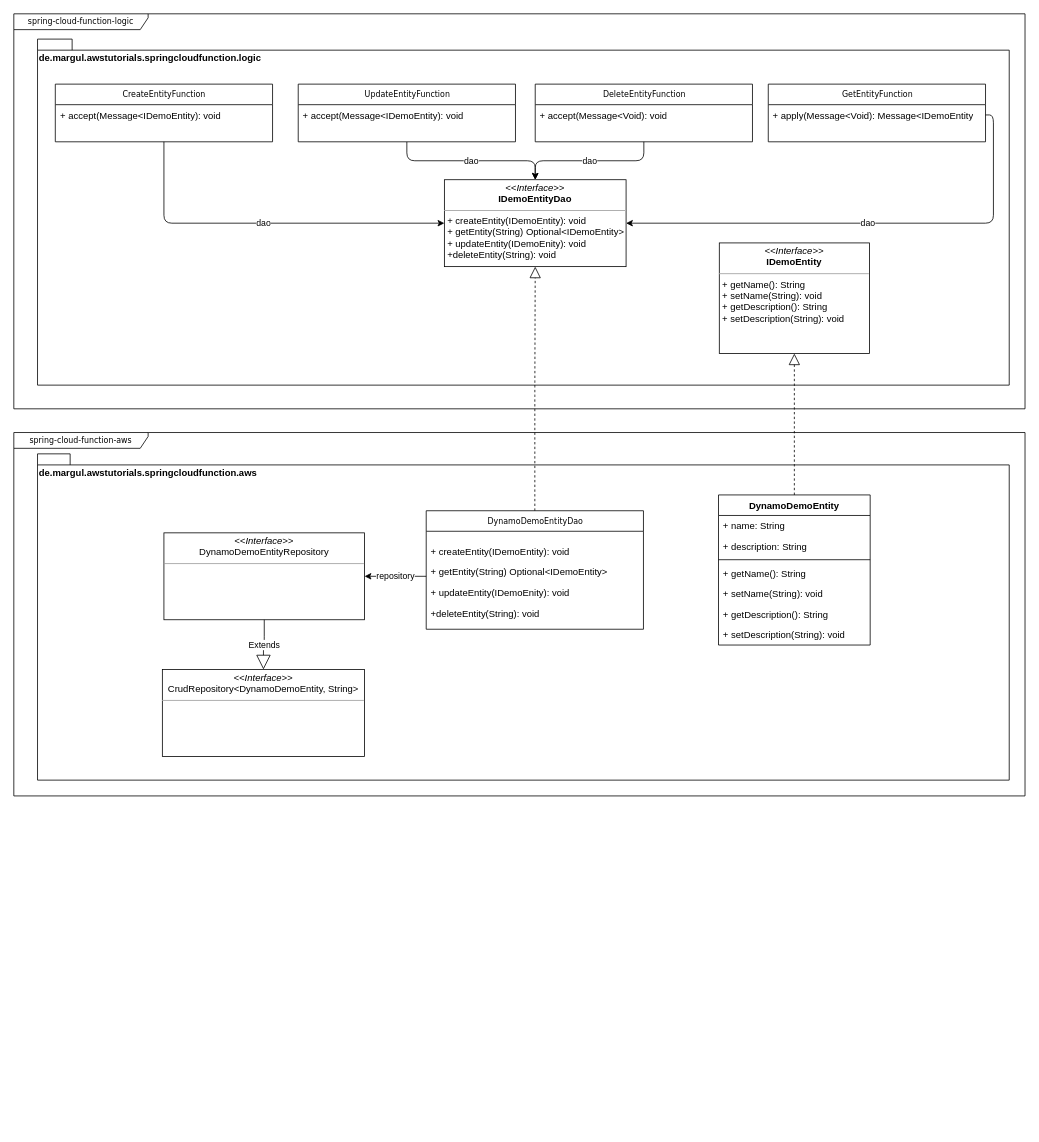
Earlier version of the draw.io diagram spring-cloud-function/spring-cloud-function-aws/src/doc/aws-classdiagram.drawio (MG-Cloud-Consultants/aws-tutorials). Source tidied: cells renumbered, new cells numbered last; positions are measured from the earlier drawing's top-left corner, leaving out a move shared by most shapes. Both pictures are drawn from the tidied source at 79%, with x=0, y=0 at pixel (13, 13).
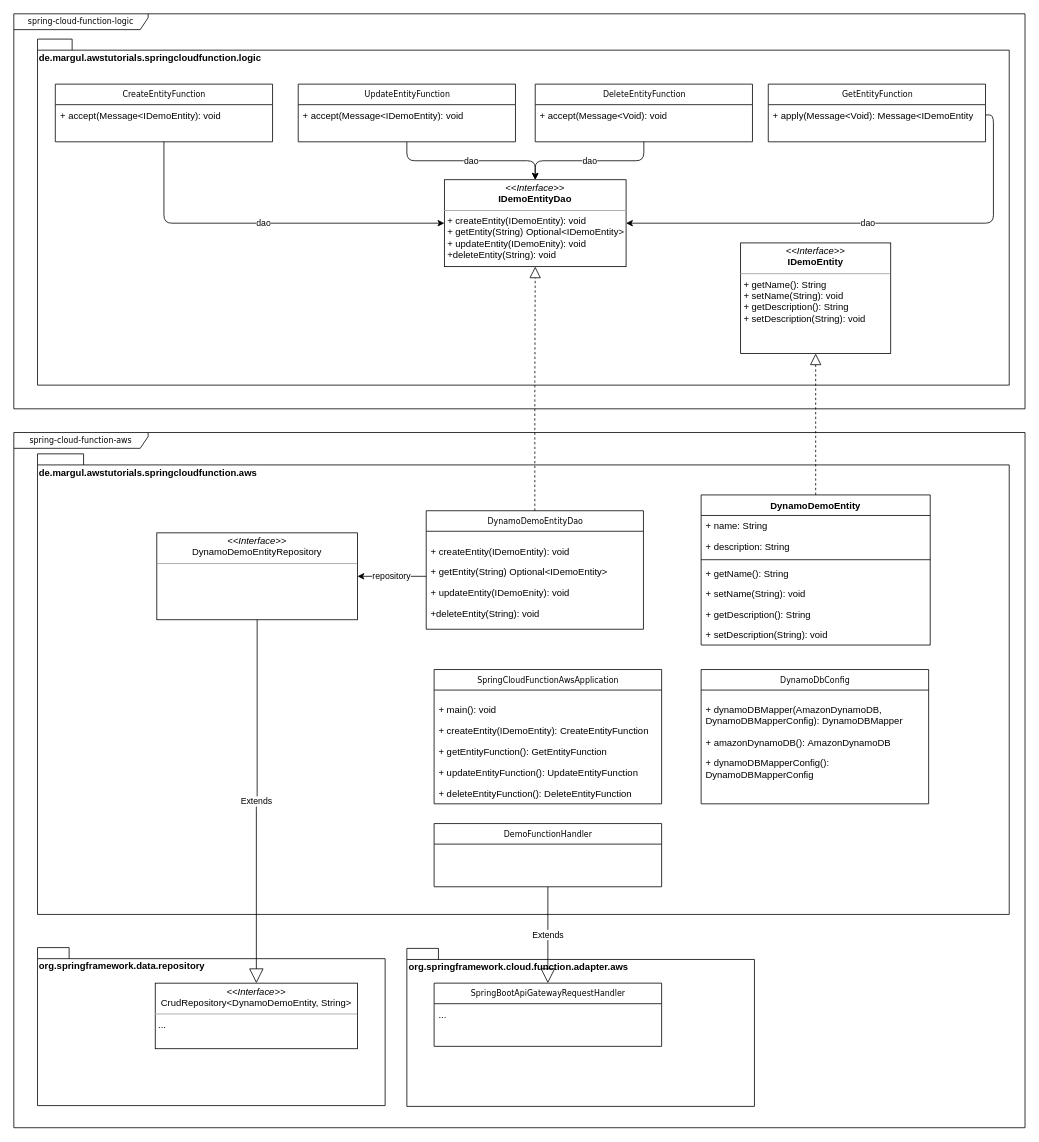
The same diagram, later.

Change to the diagram source:
```diff
@@
     <mxCell id="2" value="spring-cloud-function-aws" style="shape=umlFrame;whiteSpace=wrap;html=1;rounded=0;shadow=0;comic=0;labelBackgroundColor=none;strokeColor=#000000;strokeWidth=1;fillColor=#ffffff;fontFamily=Verdana;fontSize=10;fontColor=#000000;align=center;width=170;height=20;" parent="1" vertex="1">
-      <mxGeometry y="530" width="1280" height="460" as="geometry" />
+      <mxGeometry y="530" width="1280" height="880" as="geometry" />
     </mxCell>
+    <mxCell id="19" value="de.margul.awstutorials.springcloudfunction.aws" style="shape=folder;fontStyle=1;spacingTop=10;tabWidth=40;tabHeight=14;tabPosition=left;html=1;align=left;verticalAlign=top;" parent="1" vertex="1">
+      <mxGeometry x="30" y="557" width="1230" height="583" as="geometry" />
+    </mxCell>
+    <mxCell id="36" value="org.springframework.data.repository" style="shape=folder;fontStyle=1;spacingTop=10;tabWidth=40;tabHeight=14;tabPosition=left;html=1;align=left;verticalAlign=top;" parent="1" vertex="1">
+      <mxGeometry x="30" y="1182" width="440" height="200" as="geometry" />
+    </mxCell>
@@
     <mxCell id="7" value="&lt;p style=&quot;margin: 0px ; margin-top: 4px ; text-align: center&quot;&gt;&lt;i&gt;&amp;lt;&amp;lt;Interface&amp;gt;&amp;gt;&lt;/i&gt;&lt;br&gt;&lt;b&gt;IDemoEntity&lt;/b&gt;&lt;/p&gt;&lt;hr size=&quot;1&quot;&gt;&lt;p style=&quot;margin: 0px ; margin-left: 4px&quot;&gt;+ getName(): String&lt;/p&gt;&lt;p style=&quot;margin: 0px ; margin-left: 4px&quot;&gt;+ setName(String): void&lt;/p&gt;&lt;p style=&quot;margin: 0px ; margin-left: 4px&quot;&gt;&lt;span&gt;+ getDescription(): String&lt;/span&gt;&lt;/p&gt;&lt;p style=&quot;margin: 0px ; margin-left: 4px&quot;&gt;&lt;span&gt;+ setDescription(String): void&lt;/span&gt;&lt;/p&gt;" style="verticalAlign=top;align=left;overflow=fill;fontSize=12;fontFamily=Helvetica;html=1;rounded=0;shadow=0;comic=0;labelBackgroundColor=none;strokeColor=#000000;strokeWidth=1;fillColor=#ffffff;" parent="1" vertex="1">
-      <mxGeometry x="893" y="290" width="190" height="140" as="geometry" />
+      <mxGeometry x="920" y="290" width="190" height="140" as="geometry" />
     </mxCell>
@@
-    <mxCell id="19" value="de.margul.awstutorials.springcloudfunction.aws" style="shape=folder;fontStyle=1;spacingTop=10;tabWidth=40;tabHeight=14;tabPosition=left;html=1;align=left;verticalAlign=top;" parent="1" vertex="1">
-      <mxGeometry x="30" y="557" width="1230" height="413" as="geometry" />
-    </mxCell>
@@
     <mxCell id="23" value="DynamoDemoEntity" style="swimlane;fontStyle=1;align=center;verticalAlign=top;horizontal=1;startSize=26;" parent="1" vertex="1">
-      <mxGeometry x="892" y="609" width="192" height="190" as="geometry" />
+      <mxGeometry x="870" y="609" width="290" height="190" as="geometry" />
     </mxCell>
     <mxCell id="24" value="+ name: String" style="text;strokeColor=none;fillColor=none;align=left;verticalAlign=top;spacingLeft=4;spacingRight=4;overflow=hidden;" parent="23" vertex="1">
-      <mxGeometry y="26" width="192" height="26" as="geometry" />
+      <mxGeometry y="26" width="290" height="26" as="geometry" />
     </mxCell>
     <mxCell id="25" value="+ description: String" style="text;strokeColor=none;fillColor=none;align=left;verticalAlign=top;spacingLeft=4;spacingRight=4;overflow=hidden;" parent="23" vertex="1">
-      <mxGeometry y="52" width="192" height="26" as="geometry" />
+      <mxGeometry y="52" width="290" height="26" as="geometry" />
     </mxCell>
     <mxCell id="26" style="line;strokeWidth=1;fillColor=none;align=left;verticalAlign=middle;spacingTop=-1;spacingLeft=3;spacingRight=3;labelPosition=right;" parent="23" vertex="1">
-      <mxGeometry y="78" width="192" height="8" as="geometry" />
+      <mxGeometry y="78" width="290" height="8" as="geometry" />
     </mxCell>
     <mxCell id="27" value="+ getName(): String" style="text;strokeColor=none;fillColor=none;align=left;verticalAlign=top;spacingLeft=4;spacingRight=4;overflow=hidden;" parent="23" vertex="1">
-      <mxGeometry y="86" width="192" height="26" as="geometry" />
+      <mxGeometry y="86" width="290" height="26" as="geometry" />
     </mxCell>
     <mxCell id="28" value="+ setName(String): void" style="text;strokeColor=none;fillColor=none;align=left;verticalAlign=top;spacingLeft=4;spacingRight=4;overflow=hidden;" parent="23" vertex="1">
-      <mxGeometry y="112" width="192" height="26" as="geometry" />
+      <mxGeometry y="112" width="290" height="26" as="geometry" />
     </mxCell>
     <mxCell id="29" value="+ getDescription(): String" style="text;strokeColor=none;fillColor=none;align=left;verticalAlign=top;spacingLeft=4;spacingRight=4;overflow=hidden;" parent="23" vertex="1">
-      <mxGeometry y="138" width="192" height="26" as="geometry" />
+      <mxGeometry y="138" width="290" height="26" as="geometry" />
     </mxCell>
     <mxCell id="30" value="+ setDescription(String): void" style="text;strokeColor=none;fillColor=none;align=left;verticalAlign=top;spacingLeft=4;spacingRight=4;overflow=hidden;" parent="23" vertex="1">
-      <mxGeometry y="164" width="192" height="26" as="geometry" />
+      <mxGeometry y="164" width="290" height="26" as="geometry" />
     </mxCell>
@@
     <mxCell id="32" value="&lt;p style=&quot;margin: 0px ; margin-top: 4px ; text-align: center&quot;&gt;&lt;i&gt;&amp;lt;&amp;lt;Interface&amp;gt;&amp;gt;&lt;/i&gt;&lt;br&gt;&lt;span&gt;DynamoDemoEntityRepository&lt;/span&gt;&lt;br&gt;&lt;/p&gt;&lt;hr size=&quot;1&quot;&gt;&lt;p style=&quot;margin: 0px ; margin-left: 4px&quot;&gt;&lt;br&gt;&lt;/p&gt;" style="verticalAlign=top;align=left;overflow=fill;fontSize=12;fontFamily=Helvetica;html=1;rounded=0;shadow=0;comic=0;labelBackgroundColor=none;strokeColor=#000000;strokeWidth=1;fillColor=#ffffff;" parent="1" vertex="1">
-      <mxGeometry x="190" y="657" width="254" height="110" as="geometry" />
+      <mxGeometry x="181" y="657" width="254" height="110" as="geometry" />
     </mxCell>
@@
-    <mxCell id="34" value="&lt;p style=&quot;margin: 0px ; margin-top: 4px ; text-align: center&quot;&gt;&lt;i&gt;&amp;lt;&amp;lt;Interface&amp;gt;&amp;gt;&lt;/i&gt;&lt;br&gt;&lt;span&gt;CrudRepository&amp;lt;DynamoDemoEntity, String&amp;gt;&lt;/span&gt;&lt;br&gt;&lt;/p&gt;&lt;hr size=&quot;1&quot;&gt;&lt;p style=&quot;margin: 0px ; margin-left: 4px&quot;&gt;&lt;br&gt;&lt;/p&gt;" style="verticalAlign=top;align=left;overflow=fill;fontSize=12;fontFamily=Helvetica;html=1;rounded=0;shadow=0;comic=0;labelBackgroundColor=none;strokeColor=#000000;strokeWidth=1;fillColor=#ffffff;" parent="1" vertex="1">
-      <mxGeometry x="188" y="830" width="256" height="110" as="geometry" />
+    <mxCell id="34" value="&lt;p style=&quot;margin: 0px ; margin-top: 4px ; text-align: center&quot;&gt;&lt;i&gt;&amp;lt;&amp;lt;Interface&amp;gt;&amp;gt;&lt;/i&gt;&lt;br&gt;&lt;span&gt;CrudRepository&amp;lt;DynamoDemoEntity, String&amp;gt;&lt;/span&gt;&lt;br&gt;&lt;/p&gt;&lt;hr size=&quot;1&quot;&gt;&lt;p style=&quot;margin: 0px ; margin-left: 4px&quot;&gt;...&lt;/p&gt;" style="verticalAlign=top;align=left;overflow=fill;fontSize=12;fontFamily=Helvetica;html=1;rounded=0;shadow=0;comic=0;labelBackgroundColor=none;strokeColor=#000000;strokeWidth=1;fillColor=#ffffff;" parent="1" vertex="1">
+      <mxGeometry x="179" y="1227" width="256" height="83" as="geometry" />
     </mxCell>
@@
+    <mxCell id="37" value="&lt;p&gt;SpringCloudFunctionAwsApplication&lt;/p&gt;" style="swimlane;html=1;fontStyle=0;horizontal=1;startSize=26;fillColor=none;swimlaneFillColor=#ffffff;rounded=0;shadow=0;comic=0;labelBackgroundColor=none;strokeColor=#000000;strokeWidth=1;fontFamily=Verdana;fontSize=10;fontColor=#000000;align=center;" parent="1" vertex="1">
+      <mxGeometry x="532" y="830" width="288" height="170" as="geometry" />
+    </mxCell>
+    <mxCell id="38" value="&lt;p&gt;+ main(): void&lt;/p&gt;&lt;p&gt;+ createEntity(IDemoEntity): CreateEntityFunction&lt;/p&gt;&lt;p&gt;+ getEntityFunction(): GetEntityFunction&lt;/p&gt;&lt;p&gt;&lt;span&gt;+ updateEntityFunction(): UpdateEntityFunction&lt;/span&gt;&lt;/p&gt;&lt;p&gt;+ deleteEntityFunction(): DeleteEntityFunction&lt;/p&gt;" style="text;html=1;strokeColor=none;fillColor=none;align=left;verticalAlign=top;spacingLeft=4;spacingRight=4;whiteSpace=wrap;overflow=hidden;" parent="37" vertex="1">
+      <mxGeometry y="26" width="288" height="144" as="geometry" />
+    </mxCell>
+    <mxCell id="39" value="&lt;p&gt;DynamoDbConfig&lt;/p&gt;" style="swimlane;html=1;fontStyle=0;horizontal=1;startSize=26;fillColor=none;swimlaneFillColor=#ffffff;rounded=0;shadow=0;comic=0;labelBackgroundColor=none;strokeColor=#000000;strokeWidth=1;fontFamily=Verdana;fontSize=10;fontColor=#000000;align=center;" parent="1" vertex="1">
+      <mxGeometry x="870" y="830" width="288" height="170" as="geometry" />
+    </mxCell>
+    <mxCell id="40" value="&lt;p&gt;+&amp;nbsp;&lt;span&gt;dynamoDBMapper(AmazonDynamoDB&lt;/span&gt;&lt;span&gt;, DynamoDBMapperConfig&lt;/span&gt;&lt;span&gt;):&amp;nbsp;&lt;/span&gt;&lt;span&gt;DynamoDBMapper&lt;/span&gt;&lt;/p&gt;&lt;p&gt;+&amp;nbsp;&lt;span&gt;amazonDynamoDB&lt;/span&gt;&lt;span&gt;():&amp;nbsp;&lt;/span&gt;&lt;span&gt;AmazonDynamoDB&lt;/span&gt;&lt;/p&gt;&lt;p&gt;+&amp;nbsp;&lt;span&gt;dynamoDBMapperConfig&lt;/span&gt;&lt;span&gt;(): D&lt;/span&gt;&lt;span&gt;ynamoDBMapperConfig&lt;/span&gt;&lt;/p&gt;" style="text;html=1;strokeColor=none;fillColor=none;align=left;verticalAlign=top;spacingLeft=4;spacingRight=4;whiteSpace=wrap;overflow=hidden;" parent="39" vertex="1">
+      <mxGeometry y="26" width="288" height="144" as="geometry" />
+    </mxCell>
+    <mxCell id="41" value="&lt;p&gt;DemoFunctionHandler&lt;/p&gt;" style="swimlane;html=1;fontStyle=0;horizontal=1;startSize=26;fillColor=none;swimlaneFillColor=#ffffff;rounded=0;shadow=0;comic=0;labelBackgroundColor=none;strokeColor=#000000;strokeWidth=1;fontFamily=Verdana;fontSize=10;fontColor=#000000;align=center;" parent="1" vertex="1">
+      <mxGeometry x="532" y="1025" width="288" height="80" as="geometry" />
+    </mxCell>
+    <mxCell id="42" value="&lt;p&gt;&lt;br&gt;&lt;/p&gt;" style="text;html=1;strokeColor=none;fillColor=none;align=left;verticalAlign=top;spacingLeft=4;spacingRight=4;whiteSpace=wrap;overflow=hidden;" parent="41" vertex="1">
+      <mxGeometry y="26" width="288" height="54" as="geometry" />
+    </mxCell>
+    <mxCell id="43" value="org.springframework.cloud.function.adapter.aws" style="shape=folder;fontStyle=1;spacingTop=10;tabWidth=40;tabHeight=14;tabPosition=left;html=1;align=left;verticalAlign=top;" parent="1" vertex="1">
+      <mxGeometry x="497.5" y="1183" width="440" height="200" as="geometry" />
+    </mxCell>
+    <mxCell id="44" value="&lt;p&gt;SpringBootApiGatewayRequestHandler&lt;/p&gt;" style="swimlane;html=1;fontStyle=0;horizontal=1;startSize=26;fillColor=none;swimlaneFillColor=#ffffff;rounded=0;shadow=0;comic=0;labelBackgroundColor=none;strokeColor=#000000;strokeWidth=1;fontFamily=Verdana;fontSize=10;fontColor=#000000;align=center;" parent="1" vertex="1">
+      <mxGeometry x="532" y="1227" width="288" height="80" as="geometry" />
+    </mxCell>
+    <mxCell id="45" value="..." style="text;html=1;strokeColor=none;fillColor=none;align=left;verticalAlign=top;spacingLeft=4;spacingRight=4;whiteSpace=wrap;overflow=hidden;" parent="44" vertex="1">
+      <mxGeometry y="26" width="288" height="54" as="geometry" />
+    </mxCell>
+    <mxCell id="46" value="Extends" style="endArrow=block;endSize=16;endFill=0;html=1;edgeStyle=orthogonalEdgeStyle;" parent="1" edge="1" source="41" target="44">
+      <mxGeometry relative="1" as="geometry" />
+    </mxCell>
```
